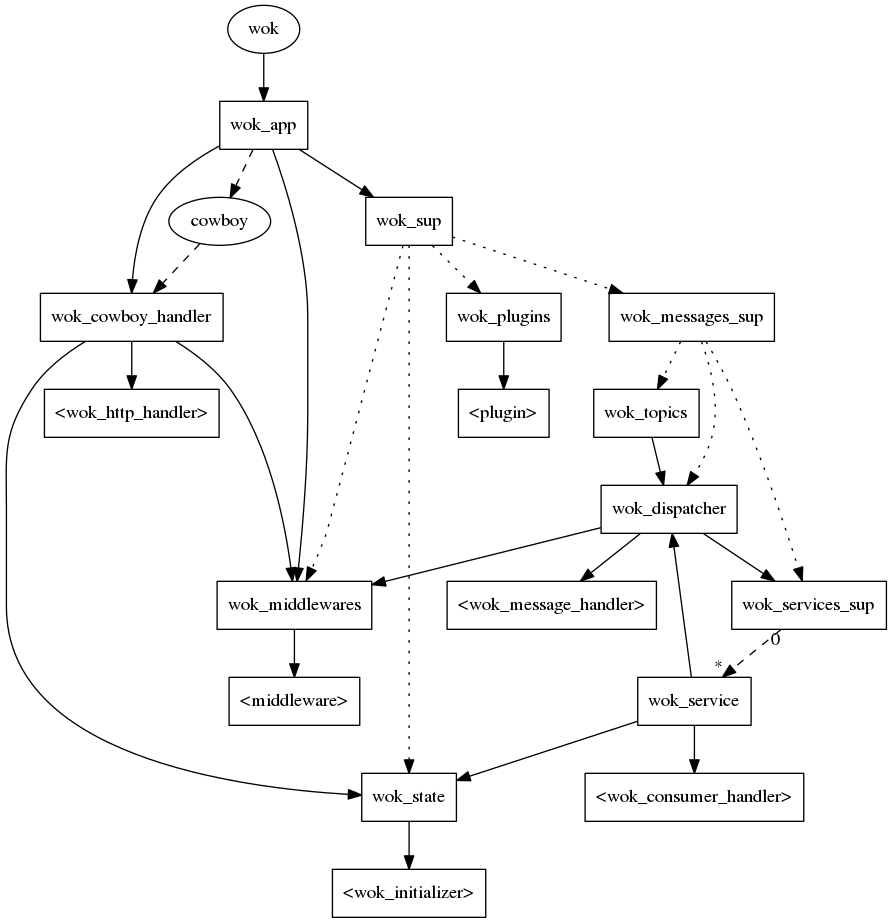
The Graphviz diagram doc/images/wok.call.png in botsunit/wok, before a commit. Its source is kept beside it as images/wok.call.gv. Source of this version:
```dot
digraph wok {
  node[shape=box];
  graph[
    overlap=false,
    splines=true
  ]

  wok[shape=oval];
  cowboy[shape=oval];

  wok -> wok_app;

  wok_app -> wok_sup;
  wok_app -> cowboy [style=dashed];
  wok_app -> wok_cowboy_handler;
  wok_app -> wok_middlewares;

  wok_sup -> wok_messages_sup [style=dotted];
  wok_sup -> wok_plugins [style=dotted];
  wok_sup -> wok_middlewares [style=dotted];
  wok_sup -> wok_state [style=dotted];

  wok_plugins -> "<plugin>";

  cowboy -> wok_cowboy_handler [style=dashed];

  wok_cowboy_handler -> "<wok_http_handler>";
  wok_cowboy_handler -> wok_middlewares;
  wok_cowboy_handler -> wok_state;

  wok_middlewares -> "<middleware>";

  wok_messages_sup -> wok_dispatcher [style=dotted];
  wok_messages_sup -> wok_services_sup [style=dotted];
  wok_messages_sup -> wok_topics [style=dotted];

  wok_dispatcher -> wok_services_sup;
  wok_dispatcher -> wok_middlewares;
  wok_dispatcher -> "<wok_message_handler>";

  wok_services_sup -> wok_service [style=dashed, headlabel="*", taillabel="0"];

  wok_topics -> wok_dispatcher;

  wok_service -> wok_dispatcher;
  wok_service -> "<wok_consumer_handler>";
  wok_service -> wok_state;

  wok_state -> "<wok_initializer>";
}
```
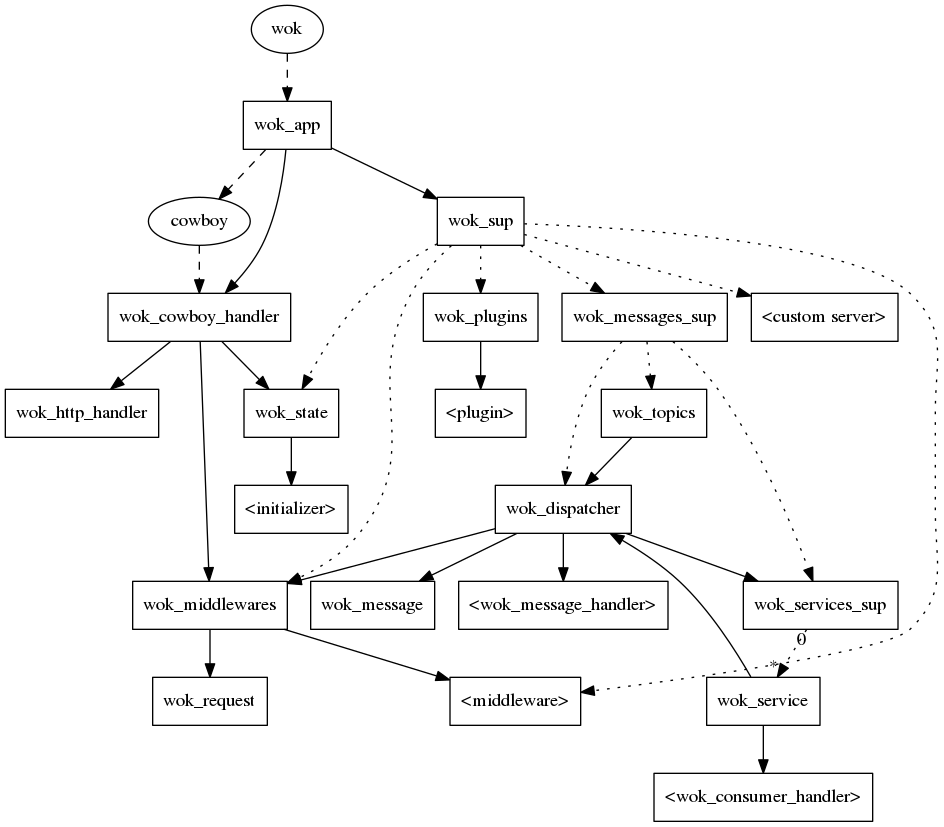
The same diagram one commit later.

The edit, as a diff of the source:
```diff
@@ -8,43 +8,45 @@
   wok[shape=oval];
   cowboy[shape=oval];
 
-  wok -> wok_app;
+  wok -> wok_app[style=dashed];
 
+  wok_app -> cowboy [style=dashed];
   wok_app -> wok_sup;
-  wok_app -> cowboy [style=dashed];
   wok_app -> wok_cowboy_handler;
-  wok_app -> wok_middlewares;
-
-  wok_sup -> wok_messages_sup [style=dotted];
-  wok_sup -> wok_plugins [style=dotted];
-  wok_sup -> wok_middlewares [style=dotted];
-  wok_sup -> wok_state [style=dotted];
-
-  wok_plugins -> "<plugin>";
 
   cowboy -> wok_cowboy_handler [style=dashed];
 
-  wok_cowboy_handler -> "<wok_http_handler>";
+  wok_cowboy_handler -> wok_http_handler;
   wok_cowboy_handler -> wok_middlewares;
   wok_cowboy_handler -> wok_state;
 
+  wok_sup -> wok_state [style=dotted];
+  wok_sup -> wok_middlewares [style=dotted];
+  wok_sup -> wok_plugins [style=dotted];
+  wok_sup -> wok_messages_sup [style=dotted];
+  wok_sup -> "<custom server>" [style=dotted];
+  wok_sup -> "<middleware>" [style=dotted];
+
+  wok_state-> "<initializer>";
+
   wok_middlewares -> "<middleware>";
+  wok_middlewares -> wok_request;
+
+  wok_plugins -> "<plugin>";
 
   wok_messages_sup -> wok_dispatcher [style=dotted];
   wok_messages_sup -> wok_services_sup [style=dotted];
   wok_messages_sup -> wok_topics [style=dotted];
 
+  wok_dispatcher -> wok_middlewares;
+  wok_dispatcher -> wok_message;
   wok_dispatcher -> wok_services_sup;
-  wok_dispatcher -> wok_middlewares;
   wok_dispatcher -> "<wok_message_handler>";
 
-  wok_services_sup -> wok_service [style=dashed, headlabel="*", taillabel="0"];
+  wok_services_sup -> wok_service [style=dotted, headlabel="*", taillabel="0"];
 
   wok_topics -> wok_dispatcher;
 
   wok_service -> wok_dispatcher;
   wok_service -> "<wok_consumer_handler>";
-  wok_service -> wok_state;
-
-  wok_state -> "<wok_initializer>";
 }
```
